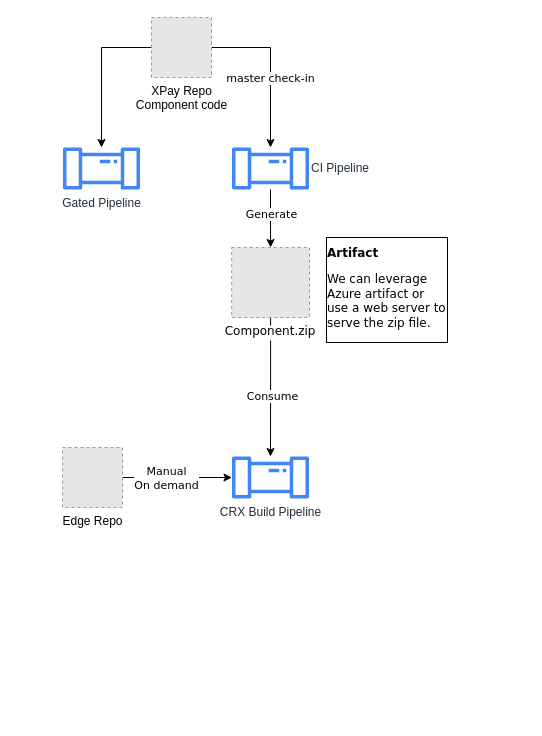
Above: page "Overall" (1 of 2) of Untitled Diagram.drawio in lancelodliu/draw.io (draw.io), before the change. Source tidied: cells renumbered, new cells numbered last; positions are measured from the earlier drawing's top-left corner, leaving out a move shared by most shapes. Both pictures are drawn from the tidied source at 100%, with x=0, y=0 at pixel (62, 17). Pictures stored in the file or linked from it are replaced by grey dashed boxes.
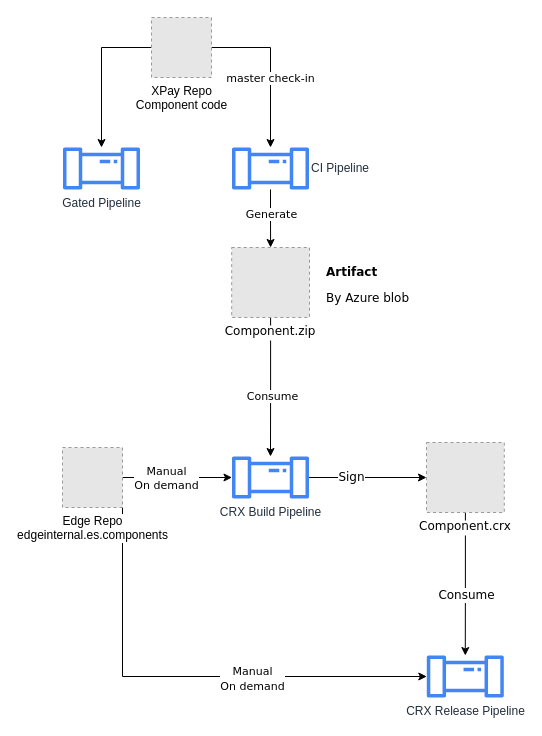
After the change.

The change refers to these unchanged cells:
```xml
<mxCell id="16" value="CRX Build Pipeline" style="sketch=0;outlineConnect=0;fontColor=#232F3E;gradientColor=none;fillColor=#4285F4;strokeColor=none;dashed=0;verticalLabelPosition=bottom;verticalAlign=top;align=center;html=1;fontSize=12;fontStyle=0;shape=mxgraph.aws4.iot_analytics_pipeline;" parent="1" vertex="1">
  <mxGeometry x="169" y="439" width="78" height="42" as="geometry" />
</mxCell>
```

What changed in the source:
```diff
@@
+    <mxCell id="18" style="edgeStyle=orthogonalEdgeStyle;rounded=0;jettySize=auto;html=1;exitX=1;exitY=1;exitDx=0;exitDy=0;fontFamily=Verdana;fontSize=12;" parent="1" edge="1" source="15" target="25">
+      <mxGeometry relative="1" as="geometry">
+        <Array as="points">
+          <mxPoint x="60" y="659" />
+        </Array>
+      </mxGeometry>
+    </mxCell>
+    <mxCell id="19" value="&lt;span style=&quot;font-size: 11px&quot;&gt;Manual&lt;/span&gt;&lt;br style=&quot;font-size: 11px&quot;&gt;&lt;span style=&quot;font-size: 11px&quot;&gt;On demand&lt;/span&gt;" style="edgeLabel;html=1;align=center;verticalAlign=middle;fontSize=12;fontFamily=Verdana;" parent="18" vertex="1">
+      <mxGeometry x="0.26" y="-1" relative="1" as="geometry" />
+    </mxCell>
-    <mxCell id="15" value="Edge Repo" style="fillColor=#E6E6E6;strokeColor=#999999;dashed=1;html=1;verticalAlign=top;verticalLabelPosition=bottom;labelBackgroundColor=#ffffff;" parent="1" vertex="1">
+    <mxCell id="15" value="Edge Repo&lt;br&gt;edgeinternal.es.components" style="fillColor=#E6E6E6;strokeColor=#999999;dashed=1;html=1;verticalAlign=top;verticalLabelPosition=bottom;labelBackgroundColor=#ffffff;" parent="1" vertex="1">
       <mxGeometry y="430" width="60" height="60" as="geometry" />
     </mxCell>
+    <mxCell id="20" style="edgeStyle=orthogonalEdgeStyle;rounded=0;jettySize=auto;html=1;entryX=0;entryY=0.5;entryDx=0;entryDy=0;fontFamily=Verdana;fontSize=12;" parent="1" edge="1" source="16" target="24">
+      <mxGeometry relative="1" as="geometry" />
+    </mxCell>
+    <mxCell id="21" value="Sign" style="edgeLabel;html=1;align=center;verticalAlign=middle;fontSize=12;fontFamily=Verdana;" parent="20" vertex="1">
+      <mxGeometry x="-0.28" y="1" relative="1" as="geometry" />
+    </mxCell>
@@
-    <mxCell id="17" value="&lt;h1 style=&quot;font-size: 12px;&quot;&gt;Artifact&lt;/h1&gt;&lt;p style=&quot;font-size: 12px;&quot;&gt;We can leverage Azure artifact or use a web server to serve the zip file.&lt;/p&gt;" style="text;html=1;strokeColor=none;fillColor=none;spacing=5;spacingTop=-20;whiteSpace=wrap;overflow=hidden;rounded=0;fontFamily=Verdana;fontSize=12;labelBorderColor=default;spacingBottom=0;" parent="1" vertex="1">
-      <mxGeometry x="259" y="230" width="130" height="100" as="geometry" />
+    <mxCell id="17" value="&lt;h1 style=&quot;font-size: 12px&quot;&gt;Artifact&lt;/h1&gt;&lt;p style=&quot;font-size: 12px&quot;&gt;By Azure blob&lt;/p&gt;" style="text;html=1;strokeColor=none;fillColor=none;spacing=5;spacingTop=-20;whiteSpace=wrap;overflow=hidden;rounded=0;fontFamily=Verdana;fontSize=12;labelBorderColor=none;spacingBottom=0;" parent="1" vertex="1">
+      <mxGeometry x="259" y="250" width="161" height="80" as="geometry" />
     </mxCell>
+    <mxCell id="22" style="edgeStyle=orthogonalEdgeStyle;rounded=0;jettySize=auto;html=1;fontFamily=Verdana;fontSize=12;" parent="1" edge="1" source="24" target="25">
+      <mxGeometry relative="1" as="geometry" />
+    </mxCell>
+    <mxCell id="23" value="Consume" style="edgeLabel;html=1;align=center;verticalAlign=middle;fontSize=12;fontFamily=Verdana;" parent="22" vertex="1">
+      <mxGeometry x="0.16" y="1" relative="1" as="geometry" />
+    </mxCell>
+    <mxCell id="24" value="Component.crx" style="fillColor=#E6E6E6;strokeColor=#999999;dashed=1;verticalLabelPosition=bottom;labelBackgroundColor=#ffffff;verticalAlign=top;fontFamily=Verdana;" parent="1" vertex="1">
+      <mxGeometry x="364" y="425" width="77.8" height="70" as="geometry" />
+    </mxCell>
+    <mxCell id="25" value="CRX Release Pipeline" style="sketch=0;outlineConnect=0;fontColor=#232F3E;gradientColor=none;fillColor=#4285F4;strokeColor=none;dashed=0;verticalLabelPosition=bottom;verticalAlign=top;align=center;html=1;fontSize=12;fontStyle=0;shape=mxgraph.aws4.iot_analytics_pipeline;" parent="1" vertex="1">
+      <mxGeometry x="363.8" y="638" width="78" height="42" as="geometry" />
+    </mxCell>
```
